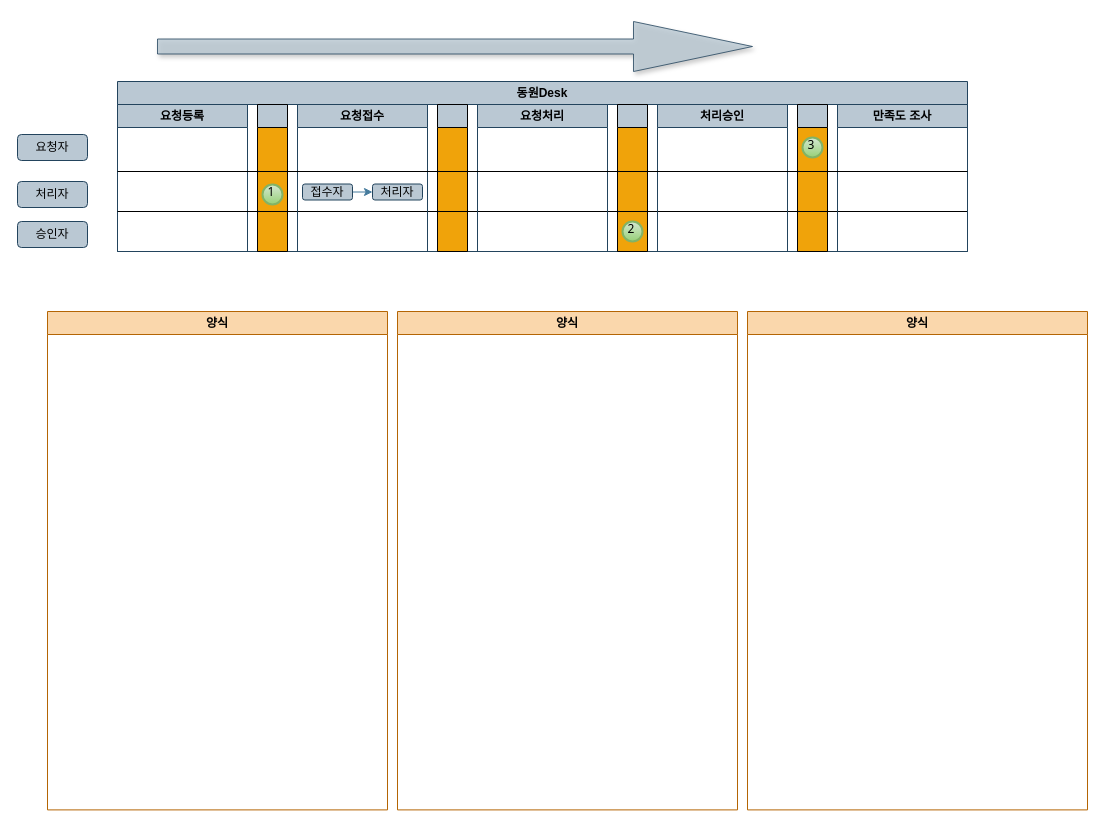
eoaud0012/Diagram keeps this draw.io diagram as page "SR데이터수정2" (2 of 4) of 동원Desk알림프로세스.drawio. Above is the earlier version. Source tidied: cells renumbered, new cells numbered last; positions are measured from the earlier drawing's top-left corner, leaving out a move shared by most shapes. Both pictures are drawn from the tidied source at 100%, with x=0, y=0 at pixel (17, 21).
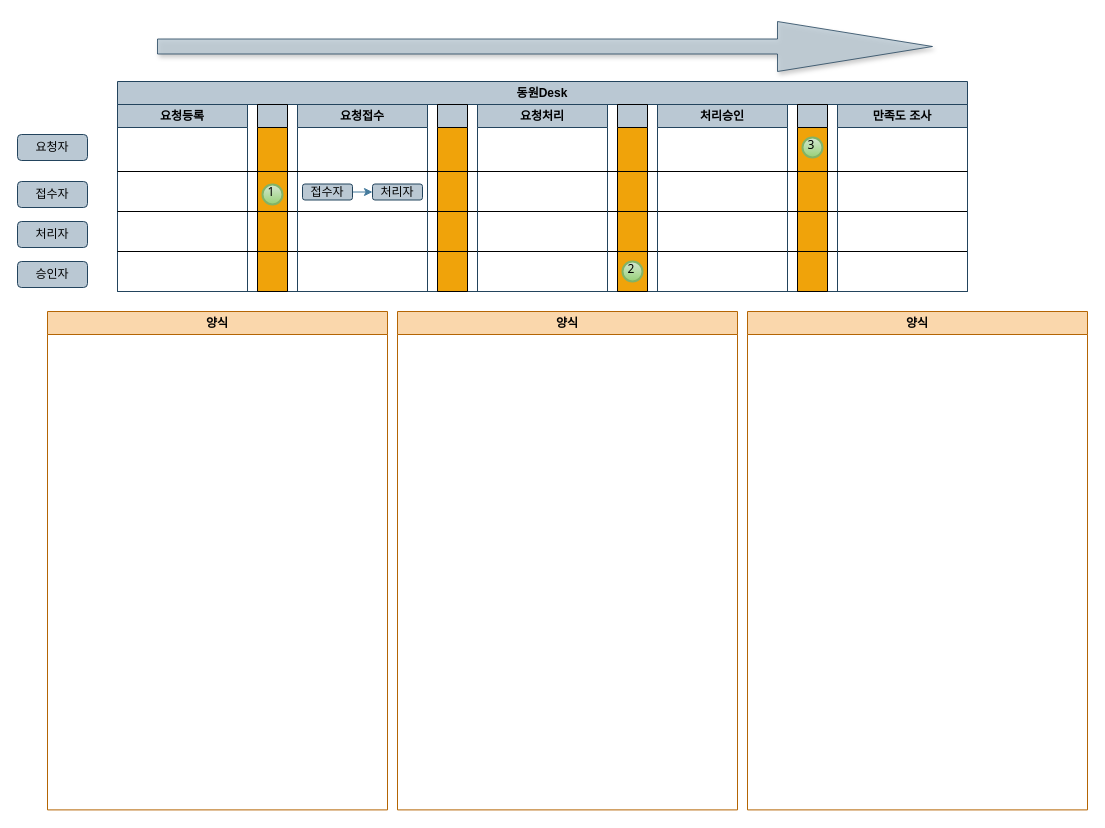
The same diagram, later.

What changed in the source:
```diff
@@
     <mxCell id="2" style="shape=singleArrow;direction=west;whiteSpace=wrap;html=1;rotation=-180;fillColor=#bac8d3;opacity=80;strokeWidth=1;shadow=1;fontFamily=나눔고딕;rounded=0;labelBackgroundColor=none;strokeColor=#23445d;" parent="1" vertex="1">
-      <mxGeometry x="140" width="595" height="50" as="geometry" />
+      <mxGeometry x="140" width="775" height="50" as="geometry" />
     </mxCell>
@@
     <mxCell id="6" value="동원Desk" style="swimlane;whiteSpace=wrap;html=1;strokeColor=#23445d;fillColor=#bac8d3;" parent="1" vertex="1">
-      <mxGeometry x="100" y="60" width="850" height="170" as="geometry" />
+      <mxGeometry x="100" y="60" width="850" height="210" as="geometry" />
     </mxCell>
     <mxCell id="7" style="swimlane;whiteSpace=wrap;html=1;strokeColor=#000000;fontColor=#1D3557;fillColor=#bac8d3;swimlaneFillColor=#f0a30a;" parent="6" vertex="1">
-      <mxGeometry x="500" y="23" width="30" height="147" as="geometry" />
+      <mxGeometry x="500" y="23" width="30" height="187" as="geometry" />
     </mxCell>
     <mxCell id="8" value="2" style="ellipse;whiteSpace=wrap;html=1;strokeWidth=2;fontFamily=Tahoma;spacingBottom=4;spacingRight=2;strokeColor=#82b366;fillColor=#d5e8d4;gradientColor=#97d077;" parent="7" vertex="1">
-      <mxGeometry x="5" y="117" width="20" height="20" as="geometry" />
+      <mxGeometry x="5" y="157" width="20" height="20" as="geometry" />
     </mxCell>
     <mxCell id="9" style="swimlane;whiteSpace=wrap;html=1;strokeColor=#000000;fontColor=#1D3557;fillColor=#bac8d3;swimlaneFillColor=#f0a30a;" parent="6" vertex="1">
-      <mxGeometry x="680" y="23" width="30" height="147" as="geometry" />
+      <mxGeometry x="680" y="23" width="30" height="187" as="geometry" />
     </mxCell>
@@
     <mxCell id="11" style="swimlane;whiteSpace=wrap;html=1;strokeColor=#000000;fontColor=#1D3557;fillColor=#bac8d3;swimlaneFillColor=#f0a30a;" parent="6" vertex="1">
-      <mxGeometry x="320" y="23" width="30" height="147" as="geometry" />
+      <mxGeometry x="320" y="23" width="30" height="187" as="geometry" />
     </mxCell>
     <mxCell id="12" style="swimlane;whiteSpace=wrap;html=1;startSize=23;fillColor=#bac8d3;strokeColor=#000000;fontColor=#000000;swimlaneFillColor=#f0a30a;gradientColor=none;" parent="6" vertex="1">
-      <mxGeometry x="140" y="23" width="30" height="147" as="geometry" />
+      <mxGeometry x="140" y="23" width="30" height="187" as="geometry" />
     </mxCell>
@@
     <mxCell id="14" value="요청등록" style="swimlane;whiteSpace=wrap;html=1;strokeColor=#23445d;fillColor=#bac8d3;" parent="6" vertex="1">
-      <mxGeometry y="23" width="130" height="147" as="geometry" />
+      <mxGeometry y="23" width="130" height="187" as="geometry" />
     </mxCell>
@@
+    <mxCell id="27" style="endArrow=none;html=1;rounded=0;strokeColor=#000000;fontColor=#1D3557;fillColor=#A8DADC;" parent="14" edge="1">
+      <mxGeometry relative="1" as="geometry">
+        <mxPoint y="147" as="sourcePoint" />
+        <mxPoint x="850" y="147" as="targetPoint" />
+      </mxGeometry>
+    </mxCell>
     <mxCell id="16" value="요청접수" style="swimlane;whiteSpace=wrap;html=1;strokeColor=#23445d;fillColor=#bac8d3;" parent="6" vertex="1">
-      <mxGeometry x="180" y="23" width="130" height="147" as="geometry" />
+      <mxGeometry x="180" y="23" width="130" height="187" as="geometry" />
     </mxCell>
@@
     <mxCell id="20" value="요청처리" style="swimlane;whiteSpace=wrap;html=1;strokeColor=#23445d;fillColor=#bac8d3;" parent="6" vertex="1">
-      <mxGeometry x="360" y="23" width="130" height="147" as="geometry" />
+      <mxGeometry x="360" y="23" width="130" height="187" as="geometry" />
     </mxCell>
     <mxCell id="21" value="처리승인" style="swimlane;whiteSpace=wrap;html=1;strokeColor=#23445d;fillColor=#bac8d3;" parent="6" vertex="1">
-      <mxGeometry x="540" y="23" width="130" height="147" as="geometry" />
+      <mxGeometry x="540" y="23" width="130" height="187" as="geometry" />
     </mxCell>
     <mxCell id="22" value="만족도 조사" style="swimlane;whiteSpace=wrap;html=1;strokeColor=#23445d;fillColor=#bac8d3;" parent="6" vertex="1">
-      <mxGeometry x="720" y="23" width="130" height="147" as="geometry" />
+      <mxGeometry x="720" y="23" width="130" height="187" as="geometry" />
     </mxCell>
@@
-    <mxCell id="24" value="처리자" style="rounded=1;whiteSpace=wrap;html=1;strokeColor=#23445d;fillColor=#bac8d3;" parent="1" vertex="1">
+    <mxCell id="24" value="접수자" style="rounded=1;whiteSpace=wrap;html=1;strokeColor=#23445d;fillColor=#bac8d3;" parent="1" vertex="1">
       <mxGeometry y="160" width="70" height="26" as="geometry" />
     </mxCell>
-    <mxCell id="25" value="승인자" style="rounded=1;whiteSpace=wrap;html=1;strokeColor=#23445d;fillColor=#bac8d3;" parent="1" vertex="1">
+    <mxCell id="25" value="처리자" style="rounded=1;whiteSpace=wrap;html=1;strokeColor=#23445d;fillColor=#bac8d3;" parent="1" vertex="1">
       <mxGeometry y="200" width="70" height="26" as="geometry" />
     </mxCell>
@@
+    <mxCell id="28" value="승인자" style="rounded=1;whiteSpace=wrap;html=1;strokeColor=#23445d;fillColor=#bac8d3;" parent="1" vertex="1">
+      <mxGeometry y="240" width="70" height="26" as="geometry" />
+    </mxCell>
```
